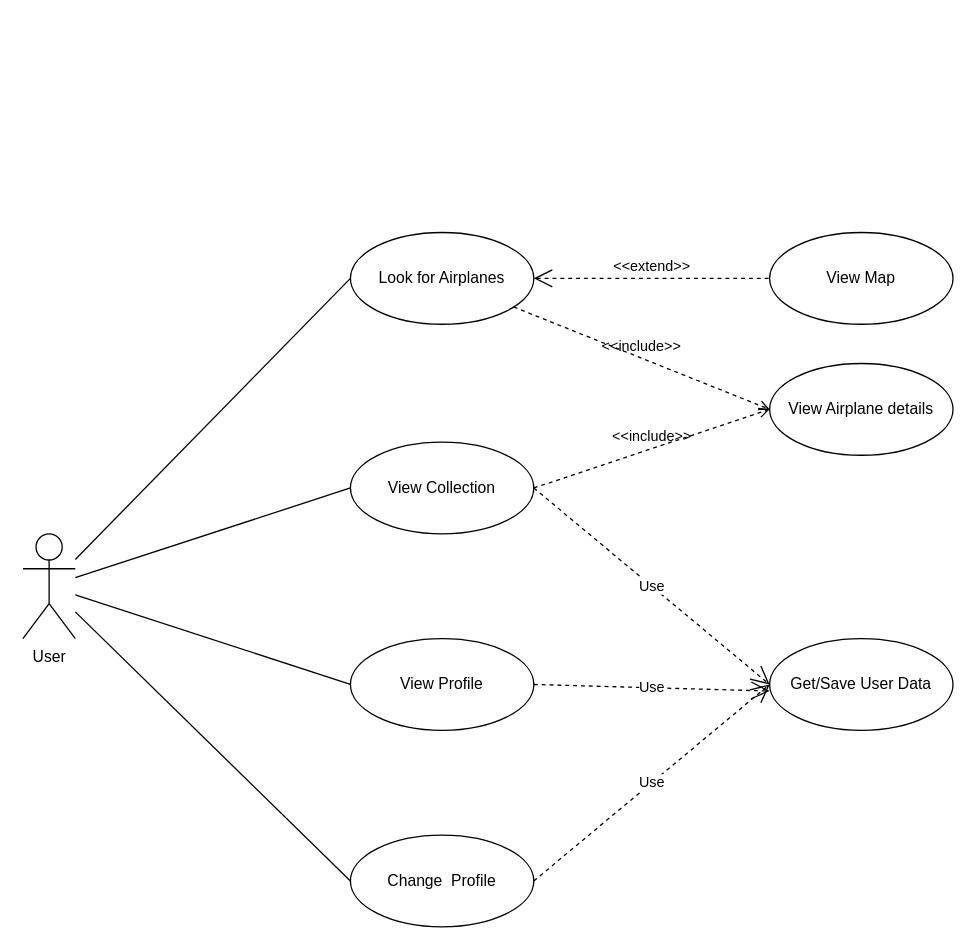
The draw.io diagram app/docs/UseCase.drawio in LeonasOnGitHub/LookUP, before the edit. Source tidied: cells renumbered, new cells numbered last; positions are measured from the earlier drawing's top-left corner, leaving out a move shared by most shapes. Both pictures are drawn from the tidied source at 131%, with x=0, y=0 at pixel (22, 232).
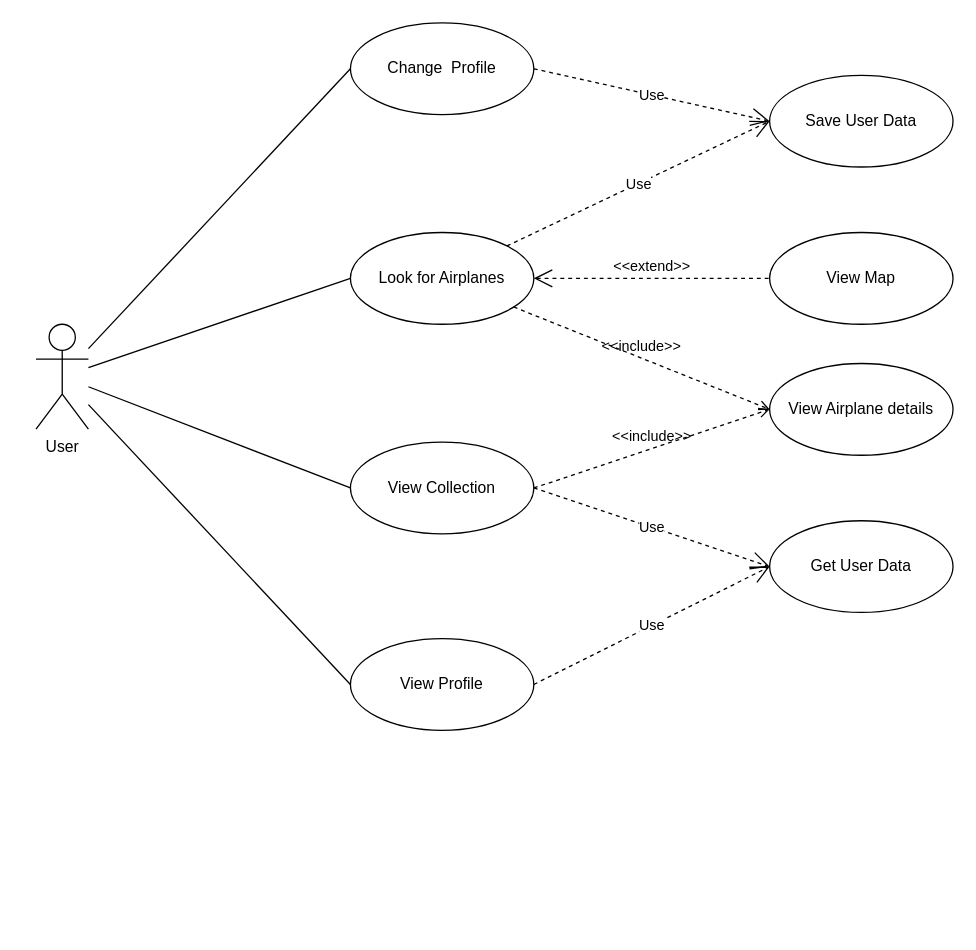
After the change.

The change refers to these unchanged cells:
```xml
<mxCell id="3" value="Look for Airplanes" style="ellipse;whiteSpace=wrap;html=1;" parent="1" vertex="1">
  <mxGeometry x="250" width="140" height="70" as="geometry" />
</mxCell>
<mxCell id="6" value="View Profile" style="ellipse;whiteSpace=wrap;html=1;" parent="1" vertex="1">
  <mxGeometry x="250" y="310" width="140" height="70" as="geometry" />
</mxCell>
```

The edit, as a diff of the source:
```diff
@@
     <mxCell id="2" value="User&lt;div&gt;&lt;br&gt;&lt;/div&gt;" style="shape=umlActor;html=1;verticalLabelPosition=bottom;verticalAlign=top;align=center;" parent="1" vertex="1">
-      <mxGeometry y="230" width="40" height="80" as="geometry" />
+      <mxGeometry x="10" y="70" width="40" height="80" as="geometry" />
     </mxCell>
@@
     <mxCell id="5" value="Change&amp;nbsp; Profile" style="ellipse;whiteSpace=wrap;html=1;" parent="1" vertex="1">
-      <mxGeometry x="250" y="460" width="140" height="70" as="geometry" />
+      <mxGeometry x="250" y="-160" width="140" height="70" as="geometry" />
     </mxCell>
@@
-    <mxCell id="16" value="Get/Save User Data" style="ellipse;whiteSpace=wrap;html=1;" parent="1" vertex="1">
-      <mxGeometry x="570" y="310" width="140" height="70" as="geometry" />
+    <mxCell id="16" value="Get User Data" style="ellipse;whiteSpace=wrap;html=1;" parent="1" vertex="1">
+      <mxGeometry x="570" y="220" width="140" height="70" as="geometry" />
     </mxCell>
@@
-    <mxCell id="18" value="Use" style="endArrow=open;endSize=12;dashed=1;html=1;rounded=0;exitX=1;exitY=0.5;exitDx=0;exitDy=0;" parent="1" edge="1" source="6">
-      <mxGeometry relative="1" as="geometry">
-        <mxPoint x="570" y="350" as="targetPoint" />
-      </mxGeometry>
+    <mxCell id="18" value="Use" style="endArrow=open;endSize=12;dashed=1;html=1;rounded=0;exitX=1;exitY=0.5;exitDx=0;exitDy=0;entryX=0;entryY=0.5;entryDx=0;entryDy=0;" parent="1" edge="1" source="6" target="16">
+      <mxGeometry relative="1" as="geometry" />
     </mxCell>
+    <mxCell id="20" value="Save User Data" style="ellipse;whiteSpace=wrap;html=1;" parent="1" vertex="1">
+      <mxGeometry x="570" y="-120" width="140" height="70" as="geometry" />
+    </mxCell>
+    <mxCell id="21" value="Use" style="endArrow=open;endSize=12;dashed=1;html=1;rounded=0;exitX=1;exitY=0;exitDx=0;exitDy=0;entryX=0;entryY=0.5;entryDx=0;entryDy=0;" parent="1" edge="1" source="3" target="20">
+      <mxGeometry relative="1" as="geometry" />
+    </mxCell>
-    <mxCell id="19" value="Use" style="endArrow=open;endSize=12;dashed=1;html=1;rounded=0;exitX=1;exitY=0.5;exitDx=0;exitDy=0;entryX=0;entryY=0.5;entryDx=0;entryDy=0;" parent="1" edge="1" target="16">
-      <mxGeometry relative="1" as="geometry">
-        <mxPoint x="390" y="495" as="sourcePoint" />
-      </mxGeometry>
+    <mxCell id="19" value="Use" style="endArrow=open;endSize=12;dashed=1;html=1;rounded=0;exitX=1;exitY=0.5;exitDx=0;exitDy=0;entryX=0;entryY=0.5;entryDx=0;entryDy=0;" parent="1" edge="1" source="5" target="20">
+      <mxGeometry relative="1" as="geometry" />
     </mxCell>
```
